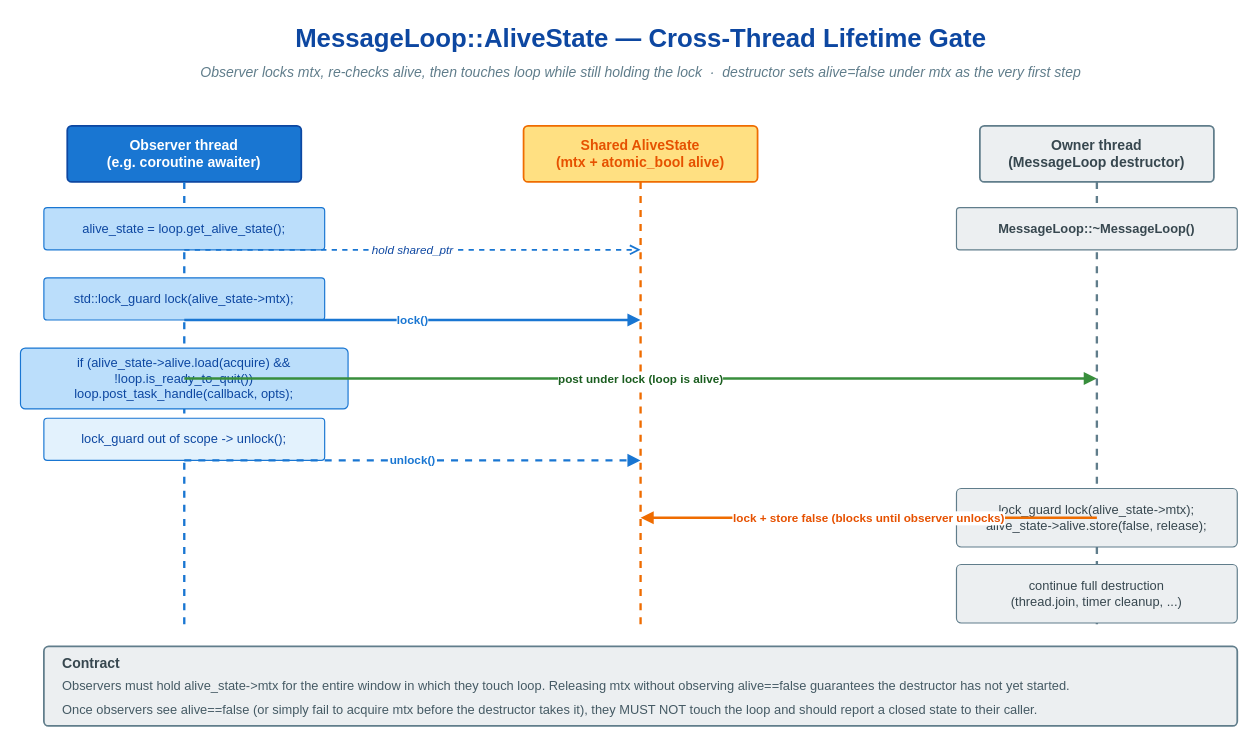
This is doc/images/message-loop-alive-state.drawio from thun-res/vlink, a draw.io file, before an edit. Source tidied: cells renumbered, new cells numbered last; positions are measured from the earlier drawing's top-left corner, leaving out a move shared by most shapes. Both pictures are drawn from the tidied source at 117%, with x=0, y=0 at pixel (20, 20).
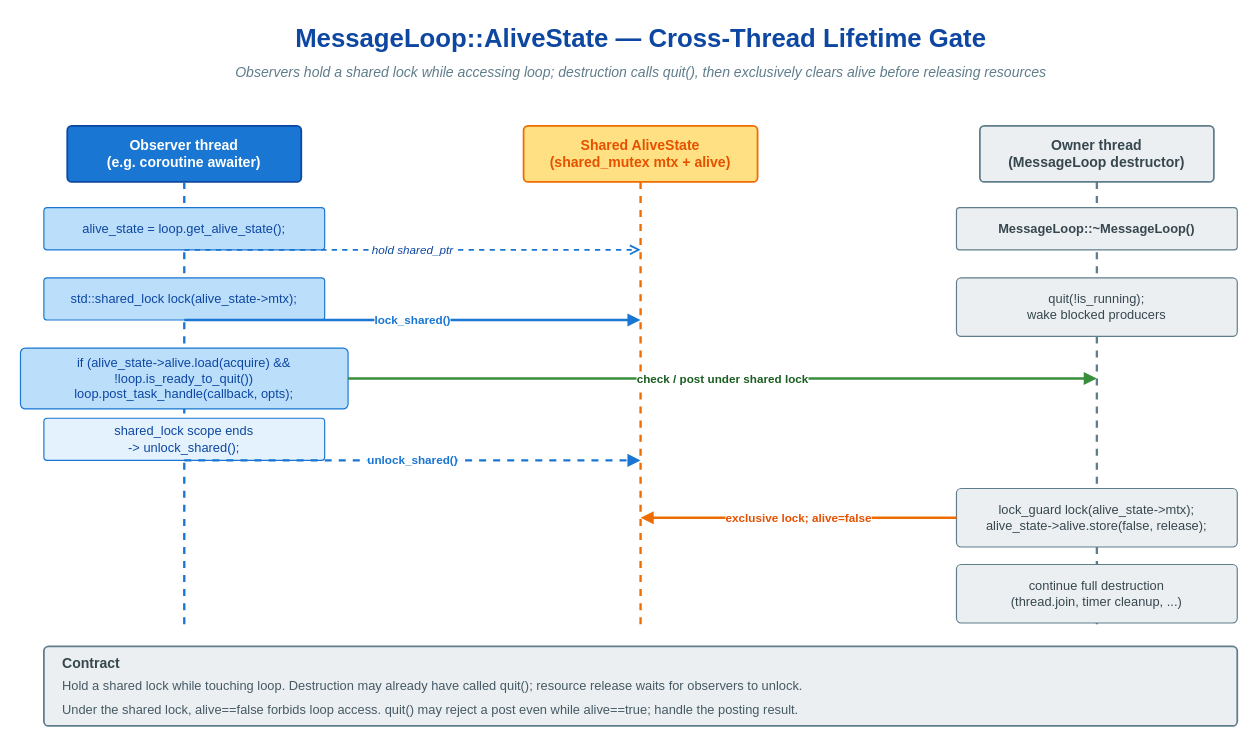
Above is the later version.

The edit, as a diff of the source:
```diff
@@
-    <mxCell id="3" value="Observer locks mtx, re-checks alive, then touches loop while still holding the lock  ·  destructor sets alive=false under mtx as the very first step" style="text;html=1;align=center;verticalAlign=middle;strokeColor=none;fillColor=none;fontFamily=Helvetica;fontSize=12;fontStyle=2;fontColor=#607d8b;" parent="1" vertex="1">
+    <mxCell id="3" value="Observers hold a shared lock while accessing loop; destruction calls quit(), then exclusively clears alive before releasing resources" style="text;html=1;align=center;verticalAlign=middle;strokeColor=none;fillColor=none;fontFamily=Helvetica;fontSize=12;fontStyle=2;fontColor=#607d8b;" parent="1" vertex="1">
       <mxGeometry x="20" y="34" width="1020" height="22" as="geometry" />
     </mxCell>
@@
-    <mxCell id="6" value="Shared AliveState&#10;(mtx + atomic_bool alive)" style="rounded=1;whiteSpace=wrap;html=1;fillColor=#ffe082;strokeColor=#ef6c00;strokeWidth=1.5;fontFamily=Helvetica;fontSize=12;fontStyle=1;fontColor=#e65100;shadow=0;arcSize=8;" parent="1" vertex="1">
+    <mxCell id="6" value="Shared AliveState&#10;(shared_mutex mtx + alive)" style="rounded=1;whiteSpace=wrap;html=1;fillColor=#ffe082;strokeColor=#ef6c00;strokeWidth=1.5;fontFamily=Helvetica;fontSize=12;fontStyle=1;fontColor=#e65100;shadow=0;arcSize=8;" parent="1" vertex="1">
       <mxGeometry x="430" y="90" width="200" height="48" as="geometry" />
     </mxCell>
@@
-    <mxCell id="12" value="std::lock_guard lock(alive_state-&gt;mtx);" style="rounded=1;whiteSpace=wrap;html=1;fillColor=#bbdefb;strokeColor=#1976d2;strokeWidth=1;fontFamily=Helvetica;fontSize=11;fontColor=#0d47a1;shadow=0;arcSize=8;" parent="1" vertex="1">
+    <mxCell id="12" value="std::shared_lock lock(alive_state-&gt;mtx);" style="rounded=1;whiteSpace=wrap;html=1;fillColor=#bbdefb;strokeColor=#1976d2;strokeWidth=1;fontFamily=Helvetica;fontSize=11;fontColor=#0d47a1;shadow=0;arcSize=8;" parent="1" vertex="1">
       <mxGeometry x="20" y="220" width="240" height="36" as="geometry" />
     </mxCell>
-    <mxCell id="13" value="lock()" style="endArrow=block;endFill=1;html=1;strokeColor=#1976d2;strokeWidth=2;fontFamily=Helvetica;fontSize=10;fontStyle=1;fontColor=#1976d2;labelBackgroundColor=#ffffff;" parent="1" edge="1">
+    <mxCell id="13" value="lock_shared()" style="endArrow=block;endFill=1;html=1;strokeColor=#1976d2;strokeWidth=2;fontFamily=Helvetica;fontSize=10;fontStyle=1;fontColor=#1976d2;labelBackgroundColor=#ffffff;" parent="1" edge="1">
       <mxGeometry relative="1" as="geometry">
         <mxPoint x="140" y="256" as="sourcePoint" />
         <mxPoint x="530" y="256" as="targetPoint" />
       </mxGeometry>
     </mxCell>
@@
-    <mxCell id="15" value="post under lock (loop is alive)" style="endArrow=block;endFill=1;html=1;strokeColor=#388e3c;strokeWidth=2;fontFamily=Helvetica;fontSize=10;fontStyle=1;fontColor=#1b5e20;labelBackgroundColor=#ffffff;" parent="1" edge="1">
+    <mxCell id="15" value="check / post under shared lock" style="endArrow=block;endFill=1;html=1;strokeColor=#388e3c;strokeWidth=2;fontFamily=Helvetica;fontSize=10;fontStyle=1;fontColor=#1b5e20;labelBackgroundColor=#ffffff;" parent="1" edge="1">
       <mxGeometry relative="1" as="geometry">
-        <mxPoint x="140" y="306" as="sourcePoint" />
+        <mxPoint x="280" y="306" as="sourcePoint" />
         <mxPoint x="920" y="306" as="targetPoint" />
       </mxGeometry>
     </mxCell>
-    <mxCell id="16" value="lock_guard out of scope -&gt; unlock();" style="rounded=1;whiteSpace=wrap;html=1;fillColor=#e3f2fd;strokeColor=#1976d2;strokeWidth=1;fontFamily=Helvetica;fontSize=11;fontColor=#0d47a1;shadow=0;arcSize=8;" parent="1" vertex="1">
+    <mxCell id="16" value="shared_lock scope ends&#10;-&gt; unlock_shared();" style="rounded=1;whiteSpace=wrap;html=1;fillColor=#e3f2fd;strokeColor=#1976d2;strokeWidth=1;fontFamily=Helvetica;fontSize=11;fontColor=#0d47a1;shadow=0;arcSize=8;" parent="1" vertex="1">
       <mxGeometry x="20" y="340" width="240" height="36" as="geometry" />
     </mxCell>
-    <mxCell id="17" value="unlock()" style="endArrow=block;endFill=1;html=1;strokeColor=#1976d2;strokeWidth=2;fontFamily=Helvetica;fontSize=10;fontStyle=1;fontColor=#1976d2;labelBackgroundColor=#ffffff;dashed=1;" parent="1" edge="1">
+    <mxCell id="17" value="unlock_shared()" style="endArrow=block;endFill=1;html=1;strokeColor=#1976d2;strokeWidth=2;fontFamily=Helvetica;fontSize=10;fontStyle=1;fontColor=#1976d2;labelBackgroundColor=#ffffff;dashed=1;" parent="1" edge="1">
       <mxGeometry relative="1" as="geometry">
         <mxPoint x="140" y="376" as="sourcePoint" />
         <mxPoint x="530" y="376" as="targetPoint" />
       </mxGeometry>
     </mxCell>
@@
+    <mxCell id="26" value="quit(!is_running);&#10;wake blocked producers" style="rounded=1;whiteSpace=wrap;html=1;fillColor=#eceff1;strokeColor=#607d8b;strokeWidth=1;fontFamily=Helvetica;fontSize=11;fontColor=#37474f;shadow=0;arcSize=8;" parent="1" vertex="1">
+      <mxGeometry x="800" y="220" width="240" height="50" as="geometry" />
+    </mxCell>
@@
-    <mxCell id="20" value="lock + store false (blocks until observer unlocks)" style="endArrow=block;endFill=1;html=1;strokeColor=#ef6c00;strokeWidth=2;fontFamily=Helvetica;fontSize=10;fontStyle=1;fontColor=#e65100;labelBackgroundColor=#ffffff;" parent="1" edge="1">
+    <mxCell id="20" value="exclusive lock; alive=false" style="endArrow=block;endFill=1;html=1;strokeColor=#ef6c00;strokeWidth=2;fontFamily=Helvetica;fontSize=10;fontStyle=1;fontColor=#e65100;labelBackgroundColor=#ffffff;" parent="1" edge="1">
       <mxGeometry relative="1" as="geometry">
-        <mxPoint x="920" y="425" as="sourcePoint" />
+        <mxPoint x="800" y="425" as="sourcePoint" />
         <mxPoint x="530" y="425" as="targetPoint" />
       </mxGeometry>
     </mxCell>
@@
-    <mxCell id="24" value="Observers must hold alive_state-&gt;mtx for the entire window in which they touch loop. Releasing mtx without observing alive==false guarantees the destructor has not yet started." style="text;html=1;align=left;verticalAlign=middle;strokeColor=none;fillColor=none;fontFamily=Helvetica;fontSize=11;fontColor=#455a64;" parent="1" vertex="1">
+    <mxCell id="24" value="Hold a shared lock while touching loop. Destruction may already have called quit(); resource release waits for observers to unlock." style="text;html=1;align=left;verticalAlign=middle;strokeColor=none;fillColor=none;fontFamily=Helvetica;fontSize=11;fontColor=#455a64;" parent="1" vertex="1">
       <mxGeometry x="34" y="560" width="1000" height="18" as="geometry" />
     </mxCell>
-    <mxCell id="25" value="Once observers see alive==false (or simply fail to acquire mtx before the destructor takes it), they MUST NOT touch the loop and should report a closed state to their caller." style="text;html=1;align=left;verticalAlign=middle;strokeColor=none;fillColor=none;fontFamily=Helvetica;fontSize=11;fontColor=#455a64;" parent="1" vertex="1">
+    <mxCell id="25" value="Under the shared lock, alive==false forbids loop access. quit() may reject a post even while alive==true; handle the posting result." style="text;html=1;align=left;verticalAlign=middle;strokeColor=none;fillColor=none;fontFamily=Helvetica;fontSize=11;fontColor=#455a64;" parent="1" vertex="1">
       <mxGeometry x="34" y="580" width="1000" height="18" as="geometry" />
     </mxCell>
```
